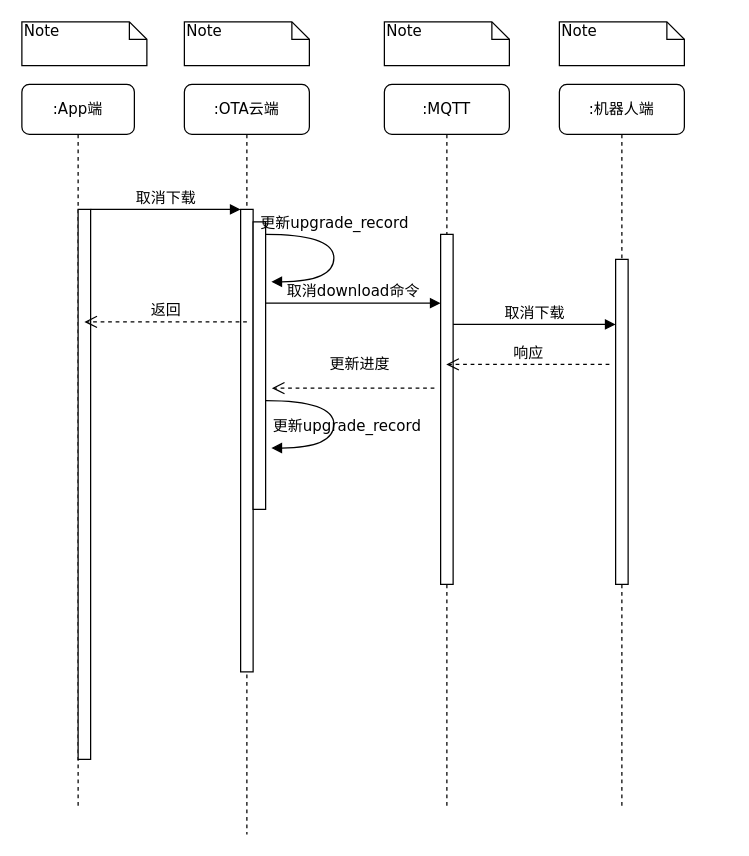
The draw.io diagram craft/cancel_download_flow.drawio in feihu618/drawio, before the edit. Source tidied: cells renumbered, new cells numbered last; positions are measured from the earlier drawing's top-left corner, leaving out a move shared by most shapes. Both pictures are drawn from the tidied source at 125%, with x=0, y=0 at pixel (21, 21).
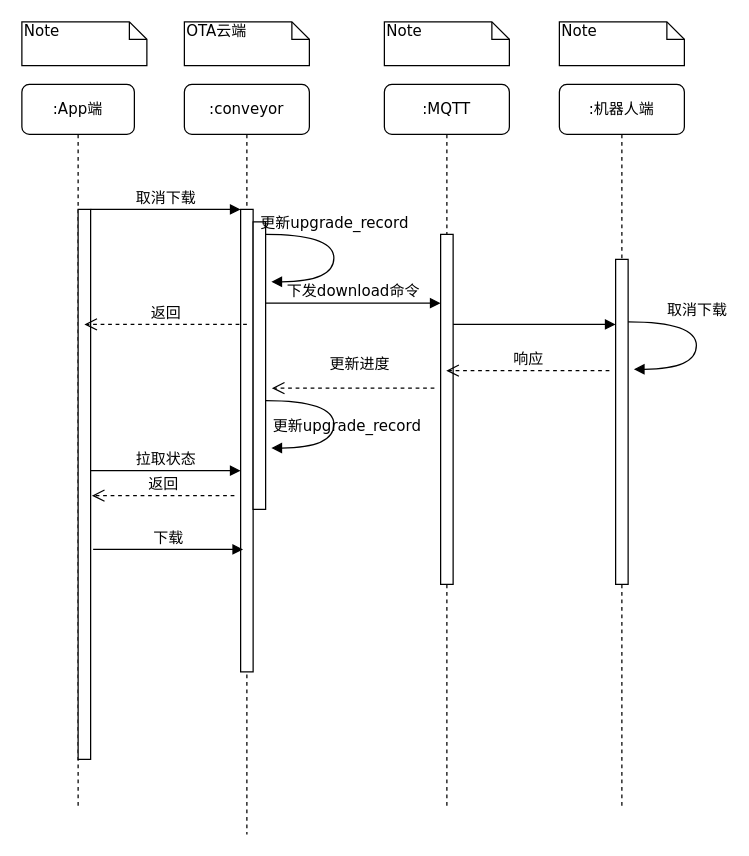
Above is the later version.

What changed in the source:
```diff
@@
-    <mxCell id="2" value=":OTA云端" style="shape=umlLifeline;perimeter=lifelinePerimeter;whiteSpace=wrap;html=1;rounded=1;shadow=0;comic=0;labelBackgroundColor=none;strokeWidth=1;fontFamily=Verdana;fontSize=12;align=center;" parent="1" vertex="1">
+    <mxCell id="2" value=":conveyor" style="shape=umlLifeline;perimeter=lifelinePerimeter;whiteSpace=wrap;html=1;rounded=1;shadow=0;comic=0;labelBackgroundColor=none;strokeWidth=1;fontFamily=Verdana;fontSize=12;align=center;" parent="1" vertex="1">
       <mxGeometry x="130" y="50" width="100" height="600" as="geometry" />
     </mxCell>
@@
-    <mxCell id="11" value="取消下载" style="html=1;verticalAlign=bottom;endArrow=block;labelBackgroundColor=none;fontFamily=Verdana;fontSize=12;edgeStyle=elbowEdgeStyle;elbow=vertical;" parent="1" edge="1">
+    <mxCell id="11" style="html=1;verticalAlign=bottom;endArrow=block;labelBackgroundColor=none;fontFamily=Verdana;fontSize=12;edgeStyle=elbowEdgeStyle;elbow=vertical;" parent="1" edge="1">
       <mxGeometry relative="1" as="geometry">
         <mxPoint x="345" y="242" as="sourcePoint" />
         <mxPoint x="475" y="242" as="targetPoint" />
         <Array as="points">
           <mxPoint x="350" y="242" />
         </Array>
       </mxGeometry>
     </mxCell>
@@
-    <mxCell id="13" value="取消download命令" style="html=1;verticalAlign=bottom;endArrow=block;entryX=0;entryY=0;labelBackgroundColor=none;fontFamily=Verdana;fontSize=12;edgeStyle=elbowEdgeStyle;elbow=vertical;startArrow=none;" parent="1" edge="1">
+    <mxCell id="13" value="下发download命令" style="html=1;verticalAlign=bottom;endArrow=block;entryX=0;entryY=0;labelBackgroundColor=none;fontFamily=Verdana;fontSize=12;edgeStyle=elbowEdgeStyle;elbow=vertical;startArrow=none;" parent="1" edge="1">
       <mxGeometry relative="1" as="geometry">
         <mxPoint x="195" y="225" as="sourcePoint" />
         <mxPoint x="335" y="225" as="targetPoint" />
       </mxGeometry>
     </mxCell>
@@
-    <mxCell id="15" value="Note" style="shape=note;whiteSpace=wrap;html=1;size=14;verticalAlign=top;align=left;spacingTop=-6;rounded=0;shadow=0;comic=0;labelBackgroundColor=none;strokeWidth=1;fontFamily=Verdana;fontSize=12;" parent="1" vertex="1">
+    <mxCell id="15" value="&lt;span style=&quot;text-align: center;&quot;&gt;OTA云端&lt;/span&gt;" style="shape=note;whiteSpace=wrap;html=1;size=14;verticalAlign=top;align=left;spacingTop=-6;rounded=0;shadow=0;comic=0;labelBackgroundColor=none;strokeWidth=1;fontFamily=Verdana;fontSize=12;" parent="1" vertex="1">
       <mxGeometry x="130" width="100" height="35" as="geometry" />
     </mxCell>
@@
     <mxCell id="21" value="响应" style="html=1;verticalAlign=bottom;endArrow=open;dashed=1;endSize=8;labelBackgroundColor=none;fontFamily=Verdana;fontSize=12;" parent="1" edge="1">
       <mxGeometry relative="1" as="geometry">
-        <mxPoint x="470" y="274" as="sourcePoint" />
-        <mxPoint x="339.5" y="274" as="targetPoint" />
+        <mxPoint x="470" y="279" as="sourcePoint" />
+        <mxPoint x="339.5" y="279" as="targetPoint" />
       </mxGeometry>
     </mxCell>
@@
     <mxCell id="23" value="返回" style="html=1;verticalAlign=bottom;endArrow=open;dashed=1;endSize=8;labelBackgroundColor=none;fontFamily=Verdana;fontSize=12;" parent="1" edge="1">
       <mxGeometry relative="1" as="geometry">
-        <mxPoint x="180" y="240" as="sourcePoint" />
-        <mxPoint x="50" y="240" as="targetPoint" />
+        <mxPoint x="180" y="242" as="sourcePoint" />
+        <mxPoint x="50" y="242" as="targetPoint" />
       </mxGeometry>
     </mxCell>
+    <mxCell id="24" value="取消下载" style="html=1;verticalAlign=bottom;endArrow=block;labelBackgroundColor=none;fontFamily=Verdana;fontSize=12;elbow=vertical;edgeStyle=orthogonalEdgeStyle;curved=1;entryX=1;entryY=0.286;entryPerimeter=0;exitX=1.038;exitY=0.345;exitPerimeter=0;" parent="1" edge="1">
+      <mxGeometry x="-0.23" relative="1" as="geometry">
+        <mxPoint x="485" y="240" as="sourcePoint" />
+        <mxPoint x="489.6" y="277.9" as="targetPoint" />
+        <Array as="points">
+          <mxPoint x="539.6" y="239.9" />
+          <mxPoint x="539.6" y="277.9" />
+        </Array>
+      </mxGeometry>
+    </mxCell>
+    <mxCell id="25" value="拉取状态" style="html=1;verticalAlign=bottom;endArrow=block;entryX=0;entryY=0;labelBackgroundColor=none;fontFamily=Verdana;fontSize=12;edgeStyle=elbowEdgeStyle;elbow=vertical;" parent="1" edge="1">
+      <mxGeometry relative="1" as="geometry">
+        <mxPoint x="55" y="359" as="sourcePoint" />
+        <mxPoint x="175" y="359" as="targetPoint" />
+      </mxGeometry>
+    </mxCell>
+    <mxCell id="26" value="返回" style="html=1;verticalAlign=bottom;endArrow=open;dashed=1;endSize=8;labelBackgroundColor=none;fontFamily=Verdana;fontSize=12;" parent="1" edge="1">
+      <mxGeometry relative="1" as="geometry">
+        <mxPoint x="170" y="379" as="sourcePoint" />
+        <mxPoint x="56" y="379" as="targetPoint" />
+      </mxGeometry>
+    </mxCell>
+    <mxCell id="27" value="下载" style="html=1;verticalAlign=bottom;endArrow=block;entryX=0;entryY=0;labelBackgroundColor=none;fontFamily=Verdana;fontSize=12;edgeStyle=elbowEdgeStyle;elbow=vertical;" parent="1" edge="1">
+      <mxGeometry relative="1" as="geometry">
+        <mxPoint x="57" y="422" as="sourcePoint" />
+        <mxPoint x="177" y="422" as="targetPoint" />
+      </mxGeometry>
+    </mxCell>
```
